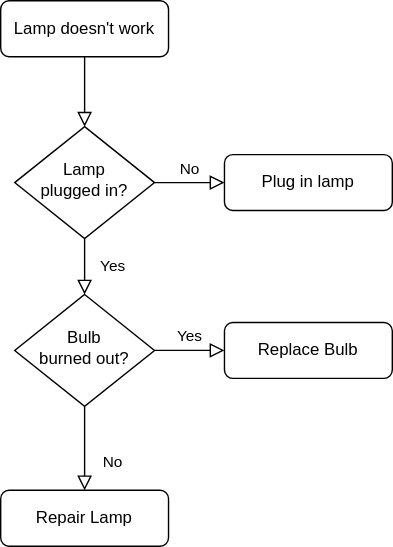
Before: 2020/03/06/hello-world/Untitled Diagram.svg, a diagram exported from draw.io (ChihW/ChihW.github.io). Source tidied: cells renumbered, new cells last; positions are measured from the earlier drawing's top-left corner, leaving out a move shared by most shapes. Source of this version:
```xml
<mxGraphModel>
  <root>
    <mxCell id="0" />
    <mxCell id="1" parent="0" />
    <mxCell id="2" style="rounded=0;html=1;jettySize=auto;fontSize=11;endArrow=block;endFill=0;endSize=8;strokeWidth=1;shadow=0;labelBackgroundColor=none;edgeStyle=orthogonalEdgeStyle;" parent="1" edge="1" source="3" target="6">
      <mxGeometry relative="1" as="geometry" />
    </mxCell>
    <mxCell id="3" value="Lamp doesn't work" style="rounded=1;whiteSpace=wrap;html=1;fontSize=12;glass=0;strokeWidth=1;shadow=0;" parent="1" vertex="1">
      <mxGeometry width="120" height="40" as="geometry" />
    </mxCell>
    <mxCell id="4" value="Yes" style="rounded=0;html=1;jettySize=auto;fontSize=11;endArrow=block;endFill=0;endSize=8;strokeWidth=1;shadow=0;labelBackgroundColor=none;edgeStyle=orthogonalEdgeStyle;" parent="1" edge="1" source="6" target="10">
      <mxGeometry y="20" relative="1" as="geometry" />
    </mxCell>
    <mxCell id="5" value="No" style="edgeStyle=orthogonalEdgeStyle;rounded=0;html=1;jettySize=auto;fontSize=11;endArrow=block;endFill=0;endSize=8;strokeWidth=1;shadow=0;labelBackgroundColor=none;" parent="1" edge="1" source="6" target="7">
      <mxGeometry y="10" relative="1" as="geometry" />
    </mxCell>
    <mxCell id="6" value="Lamp&lt;br&gt;plugged in?" style="rhombus;whiteSpace=wrap;html=1;shadow=0;fontFamily=Helvetica;fontSize=12;align=center;strokeWidth=1;spacing=6;spacingTop=-4;" parent="1" vertex="1">
      <mxGeometry x="10" y="90" width="100" height="80" as="geometry" />
    </mxCell>
    <mxCell id="7" value="Plug in lamp" style="rounded=1;whiteSpace=wrap;html=1;fontSize=12;glass=0;strokeWidth=1;shadow=0;" parent="1" vertex="1">
      <mxGeometry x="160" y="110" width="120" height="40" as="geometry" />
    </mxCell>
    <mxCell id="8" value="No" style="rounded=0;html=1;jettySize=auto;fontSize=11;endArrow=block;endFill=0;endSize=8;strokeWidth=1;shadow=0;labelBackgroundColor=none;edgeStyle=orthogonalEdgeStyle;" parent="1" edge="1" source="10" target="11">
      <mxGeometry x="0.33" y="20" relative="1" as="geometry" />
    </mxCell>
    <mxCell id="9" value="Yes" style="edgeStyle=orthogonalEdgeStyle;rounded=0;html=1;jettySize=auto;fontSize=11;endArrow=block;endFill=0;endSize=8;strokeWidth=1;shadow=0;labelBackgroundColor=none;" parent="1" edge="1" source="10" target="12">
      <mxGeometry y="10" relative="1" as="geometry" />
    </mxCell>
    <mxCell id="10" value="Bulb&lt;br&gt;burned out?" style="rhombus;whiteSpace=wrap;html=1;shadow=0;fontFamily=Helvetica;fontSize=12;align=center;strokeWidth=1;spacing=6;spacingTop=-4;" parent="1" vertex="1">
      <mxGeometry x="10" y="210" width="100" height="80" as="geometry" />
    </mxCell>
    <mxCell id="11" value="Repair Lamp" style="rounded=1;whiteSpace=wrap;html=1;fontSize=12;glass=0;strokeWidth=1;shadow=0;" parent="1" vertex="1">
      <mxGeometry y="350" width="120" height="40" as="geometry" />
    </mxCell>
    <mxCell id="12" value="Replace Bulb" style="rounded=1;whiteSpace=wrap;html=1;fontSize=12;glass=0;strokeWidth=1;shadow=0;" parent="1" vertex="1">
      <mxGeometry x="160" y="230" width="120" height="40" as="geometry" />
    </mxCell>
  </root>
</mxGraphModel>
```
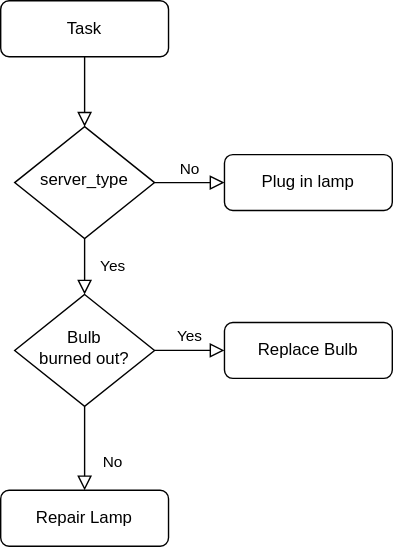
The same file after the commit.

Commit message:
下发库补偿.svg

Diff of the diagram source:
```diff
@@ -5,7 +5,7 @@
     <mxCell id="2" style="rounded=0;html=1;jettySize=auto;fontSize=11;endArrow=block;endFill=0;endSize=8;strokeWidth=1;shadow=0;labelBackgroundColor=none;edgeStyle=orthogonalEdgeStyle;" parent="1" edge="1" source="3" target="6">
       <mxGeometry relative="1" as="geometry" />
     </mxCell>
-    <mxCell id="3" value="Lamp doesn't work" style="rounded=1;whiteSpace=wrap;html=1;fontSize=12;glass=0;strokeWidth=1;shadow=0;" parent="1" vertex="1">
+    <mxCell id="3" value="Task" style="rounded=1;whiteSpace=wrap;html=1;fontSize=12;glass=0;strokeWidth=1;shadow=0;" parent="1" vertex="1">
       <mxGeometry width="120" height="40" as="geometry" />
     </mxCell>
     <mxCell id="4" value="Yes" style="rounded=0;html=1;jettySize=auto;fontSize=11;endArrow=block;endFill=0;endSize=8;strokeWidth=1;shadow=0;labelBackgroundColor=none;edgeStyle=orthogonalEdgeStyle;" parent="1" edge="1" source="6" target="10">
@@ -14,7 +14,7 @@
     <mxCell id="5" value="No" style="edgeStyle=orthogonalEdgeStyle;rounded=0;html=1;jettySize=auto;fontSize=11;endArrow=block;endFill=0;endSize=8;strokeWidth=1;shadow=0;labelBackgroundColor=none;" parent="1" edge="1" source="6" target="7">
       <mxGeometry y="10" relative="1" as="geometry" />
     </mxCell>
-    <mxCell id="6" value="Lamp&lt;br&gt;plugged in?" style="rhombus;whiteSpace=wrap;html=1;shadow=0;fontFamily=Helvetica;fontSize=12;align=center;strokeWidth=1;spacing=6;spacingTop=-4;" parent="1" vertex="1">
+    <mxCell id="6" value="server_type" style="rhombus;whiteSpace=wrap;html=1;shadow=0;fontFamily=Helvetica;fontSize=12;align=center;strokeWidth=1;spacing=6;spacingTop=-4;" parent="1" vertex="1">
       <mxGeometry x="10" y="90" width="100" height="80" as="geometry" />
     </mxCell>
     <mxCell id="7" value="Plug in lamp" style="rounded=1;whiteSpace=wrap;html=1;fontSize=12;glass=0;strokeWidth=1;shadow=0;" parent="1" vertex="1">
```
